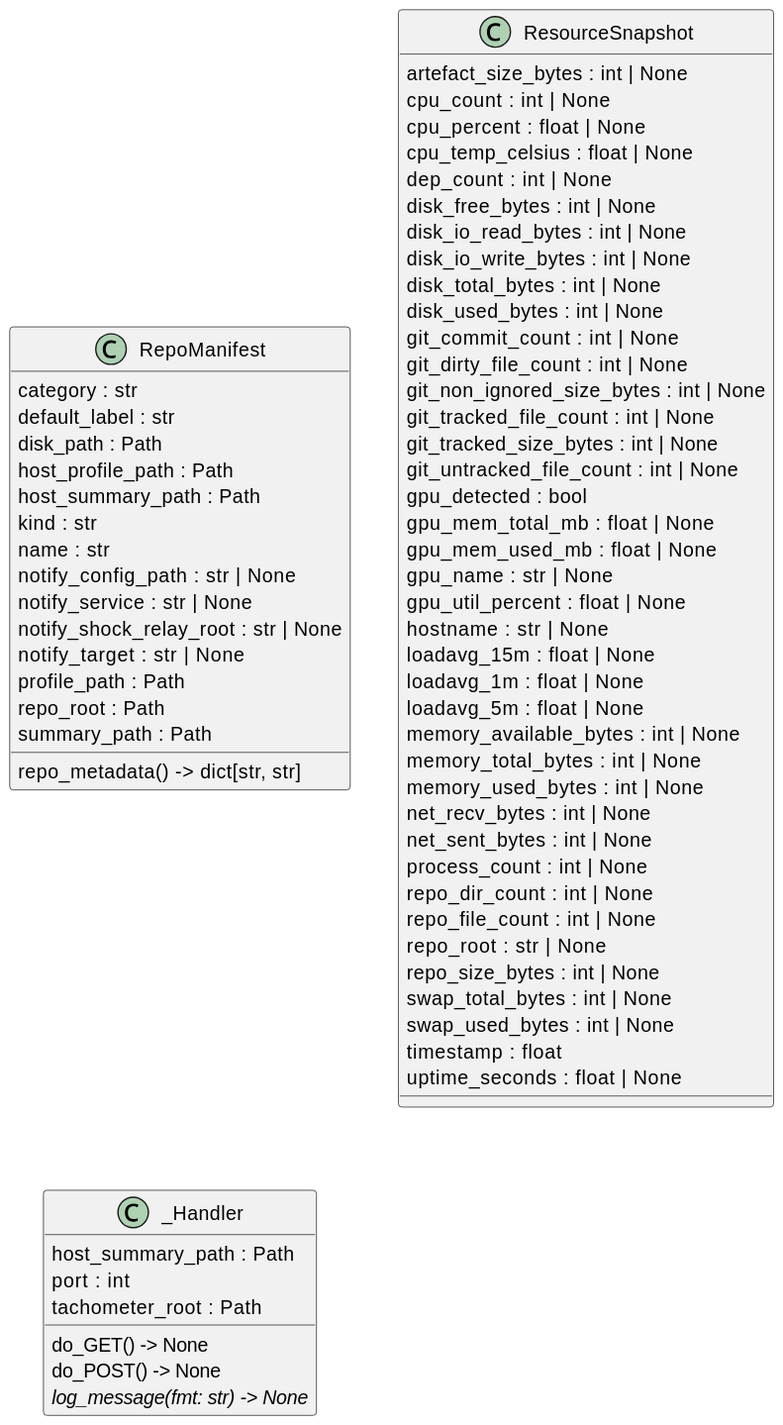
The PlantUML diagram docs/diagrams/python-classes.puml.svg in casonk/tachometer, before a commit.
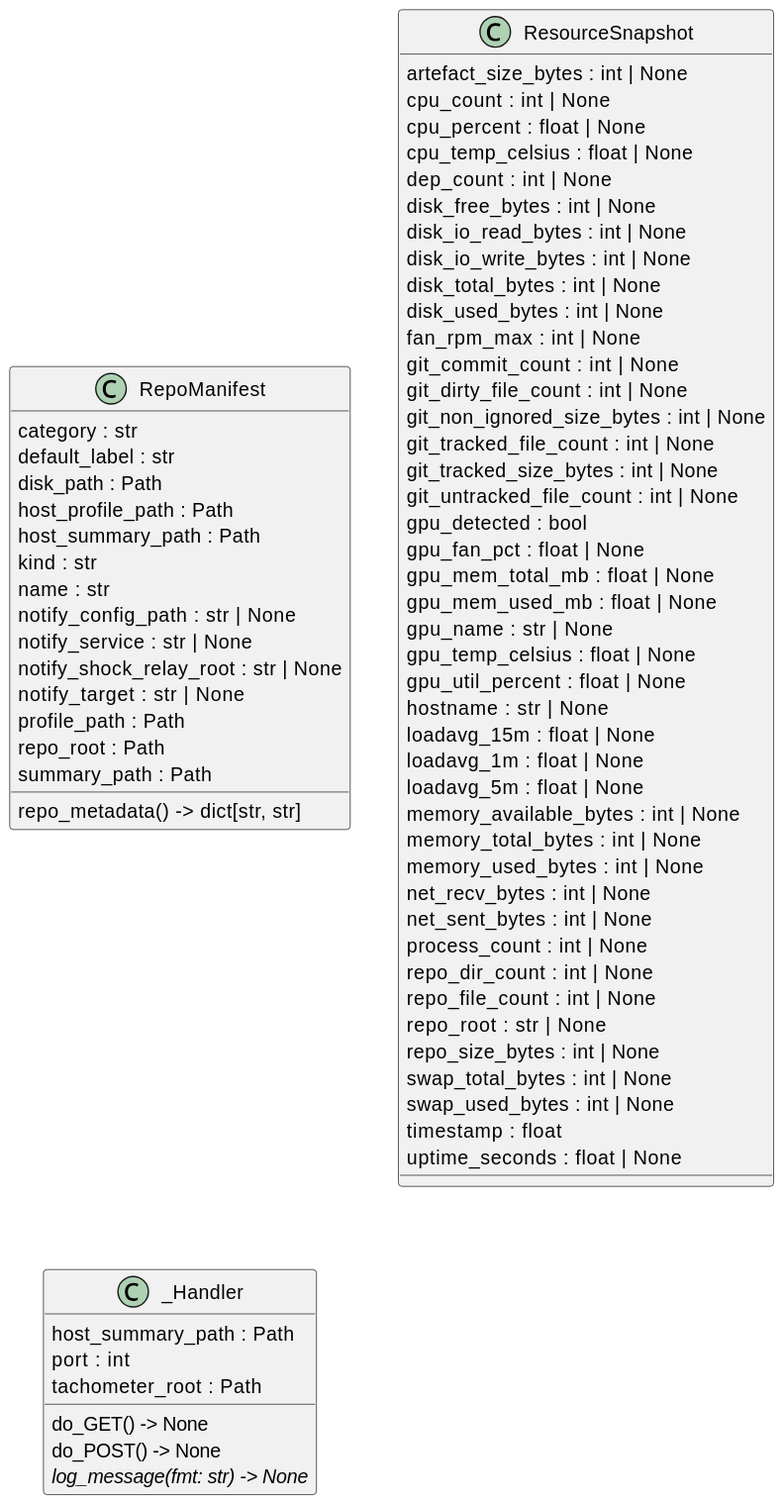
Later version of the same file.

What changed in the source:
```diff
@@ -28,6 +28,7 @@
   disk_io_write_bytes : int | None
   disk_total_bytes : int | None
   disk_used_bytes : int | None
+  fan_rpm_max : int | None
   git_commit_count : int | None
   git_dirty_file_count : int | None
   git_non_ignored_size_bytes : int | None
@@ -35,9 +36,11 @@
   git_tracked_size_bytes : int | None
   git_untracked_file_count : int | None
   gpu_detected : bool
+  gpu_fan_pct : float | None
   gpu_mem_total_mb : float | None
   gpu_mem_used_mb : float | None
   gpu_name : str | None
+  gpu_temp_celsius : float | None
   gpu_util_percent : float | None
   hostname : str | None
   loadavg_15m : float | None
```
